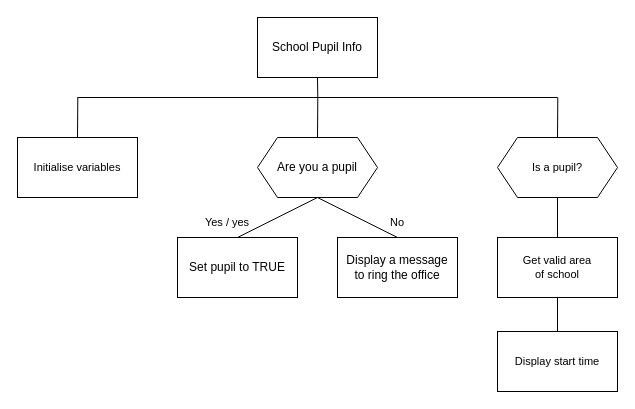
Earlier version of the draw.io diagram n5/images/N5-SDD-School-Pupil.drawio (MrFriendCS/MrFriendCS.github.io). Source tidied: cells renumbered, new cells numbered last; positions are measured from the earlier drawing's top-left corner, leaving out a move shared by most shapes. Both pictures are drawn from the tidied source at 100%, with x=0, y=0 at pixel (17, 17).
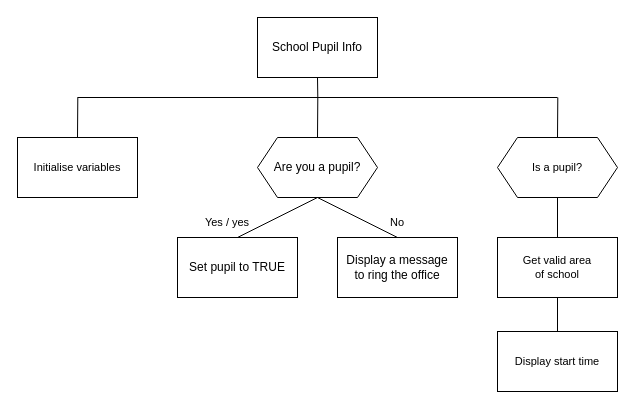
After the change.

The edit, as a diff of the source:
```diff
@@
-    <mxCell id="7" value="Are you a pupil" style="shape=hexagon;perimeter=hexagonPerimeter2;whiteSpace=wrap;html=1;fixedSize=1;" parent="1" vertex="1">
+    <mxCell id="7" value="Are you a pupil?" style="shape=hexagon;perimeter=hexagonPerimeter2;whiteSpace=wrap;html=1;fixedSize=1;" parent="1" vertex="1">
       <mxGeometry x="240" y="120" width="120" height="60" as="geometry" />
     </mxCell>
```
